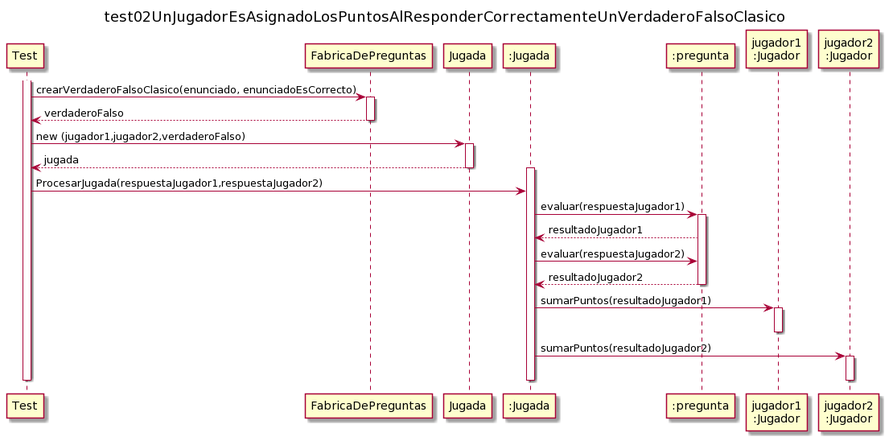
Earlier version of the PlantUML export docs/diagramas/DiagramaDeSecuenciaTest02.png (brunograssano/Algoritmos_3_TP2_PM2).
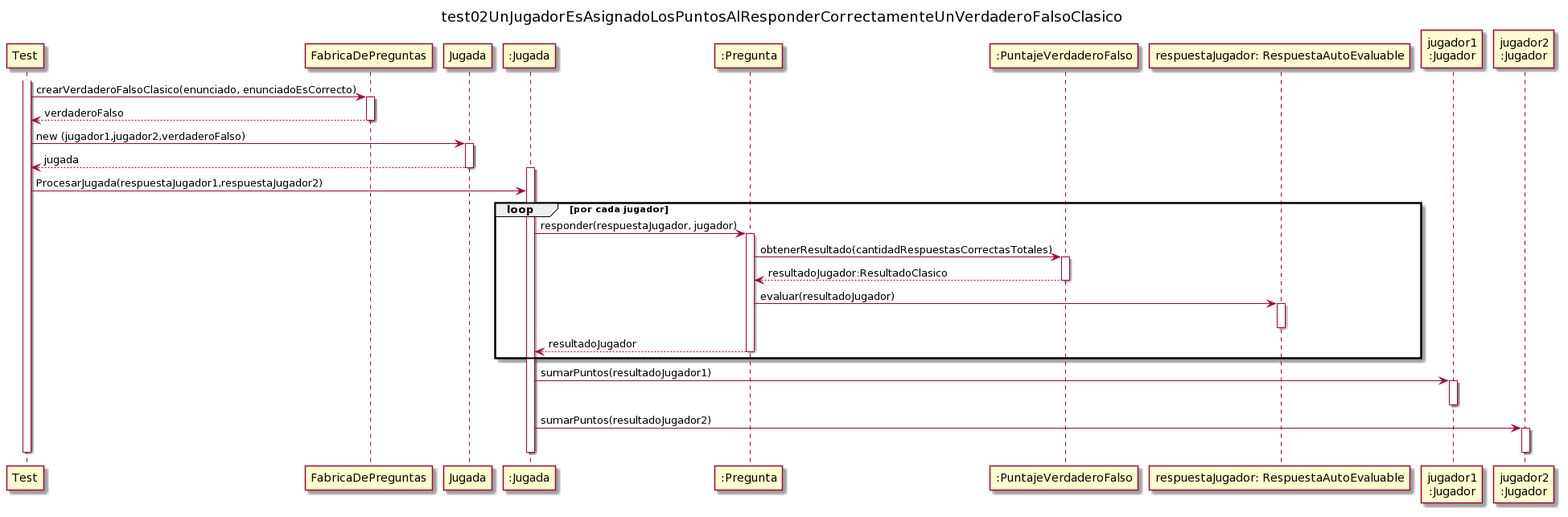
The same diagram one commit later.

The edit, as a diff of the source:
```diff
@@ -2,11 +2,14 @@
 
 
 title test02UnJugadorEsAsignadoLosPuntosAlResponderCorrectamenteUnVerdaderoFalsoClasico
+
 participant Test
 participant FabricaDePreguntas
 participant Jugada
 participant ":Jugada" as jugada
-participant ":pregunta" as pregunta
+participant ":Pregunta" as pregunta
+participant ":PuntajeVerdaderoFalso" as puntaje
+participant "respuestaJugador: RespuestaAutoEvaluable" as respuesta
 participant "jugador1\n:Jugador" as j1
 participant "jugador2\n:Jugador" as j2
 
@@ -23,12 +26,21 @@
 
 activate jugada
 Test ->jugada: ProcesarJugada(respuestaJugador1,respuestaJugador2)
-jugada->pregunta: evaluar(respuestaJugador1)
-activate pregunta
-pregunta --> jugada: resultadoJugador1
-jugada->pregunta: evaluar(respuestaJugador2)
-pregunta --> jugada: resultadoJugador2
-deactivate pregunta
+
+loop por cada jugador
+    jugada->pregunta: responder(respuestaJugador, jugador)
+    activate pregunta
+    pregunta -> puntaje: obtenerResultado(cantidadRespuestasCorrectasTotales)
+    activate puntaje
+    puntaje --> pregunta: resultadoJugador:ResultadoClasico
+    deactivate puntaje
+
+    pregunta->respuesta:evaluar(resultadoJugador)
+    activate respuesta
+    deactivate respuesta
+    pregunta-->jugada:resultadoJugador
+    deactivate pregunta
+end
 
 jugada ->j1:sumarPuntos(resultadoJugador1)
 activate j1
@@ -38,6 +50,5 @@
 deactivate j2
 deactivate jugada
 
-
 deactivate Test
 @enduml
```
